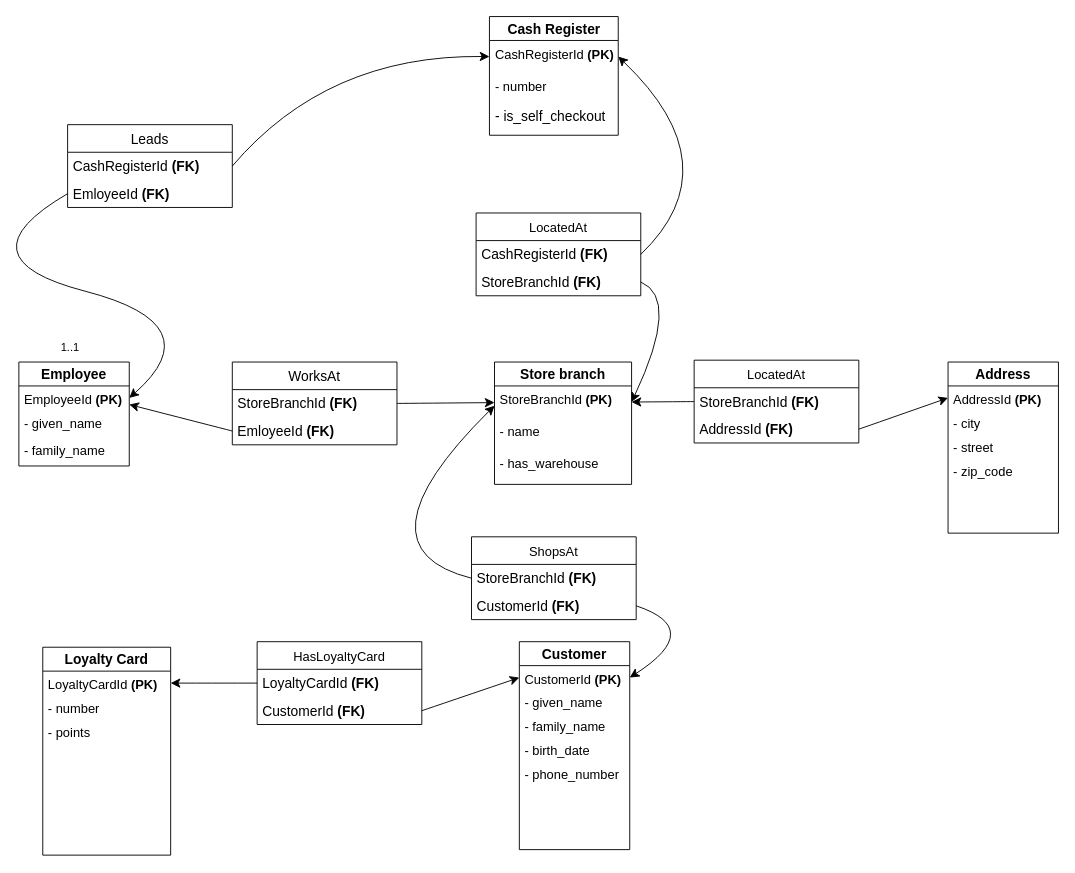
Before: HW4/model/relational.drawio in anna-lipatova/Data-Formats-projects, a draw.io diagram. Source tidied: cells renumbered, new cells numbered last; positions are measured from the earlier drawing's top-left corner, leaving out a move shared by most shapes. Both pictures are drawn from the tidied source at 92%, with x=0, y=0 at pixel (-43, 17).
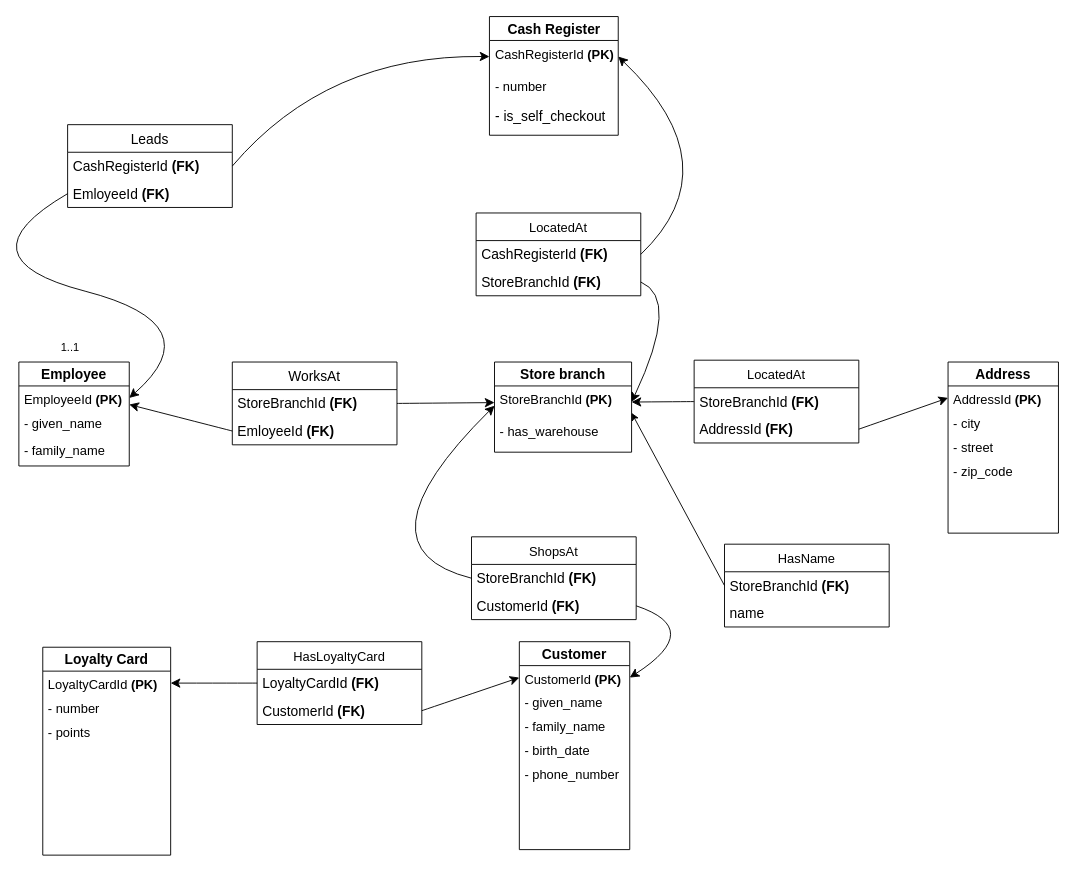
After the change.

The change refers to these unchanged cells:
```xml
<mxCell id="3" value="StoreBranchId &lt;b&gt;(PK)&lt;/b&gt;" style="text;strokeColor=none;fillColor=none;align=left;verticalAlign=top;spacingLeft=4;spacingRight=4;overflow=hidden;points=[[0,0.5],[1,0.5]];portConstraint=eastwest;whiteSpace=wrap;html=1;fontSize=14;" parent="2" vertex="1">
  <mxGeometry y="26" width="149" height="35" as="geometry" />
</mxCell>
```

Diff of the diagram source:
```diff
@@
-    <mxCell id="2" value="&lt;b&gt;&lt;font style=&quot;font-size: 15px;&quot;&gt;Store branch&lt;/font&gt;&lt;/b&gt;" style="swimlane;fontStyle=0;horizontal=1;startSize=26;fillColor=none;whiteSpace=wrap;html=1;" parent="1" vertex="1">
-      <mxGeometry x="584" y="375" width="149" height="133" as="geometry" />
+    <mxCell id="2" value="&lt;b&gt;&lt;font style=&quot;font-size: 15px;&quot;&gt;Store branch&lt;/font&gt;&lt;/b&gt;" style="swimlane;fontStyle=0;horizontal=1;startSize=26;whiteSpace=wrap;html=1;" parent="1" vertex="1">
+      <mxGeometry x="584" y="375" width="149" height="98" as="geometry" />
     </mxCell>
@@
-    <mxCell id="4" value="- name" style="text;strokeColor=none;fillColor=none;align=left;verticalAlign=top;spacingLeft=4;spacingRight=4;overflow=hidden;whiteSpace=wrap;html=1;fontSize=14;" parent="2" vertex="1">
-      <mxGeometry y="61" width="149" height="35" as="geometry" />
-    </mxCell>
     <mxCell id="5" value="&lt;span style=&quot;background-color: initial;&quot;&gt;- has_warehouse&lt;/span&gt;" style="text;strokeColor=none;fillColor=none;align=left;verticalAlign=top;spacingLeft=4;spacingRight=4;overflow=hidden;whiteSpace=wrap;html=1;fontSize=14;" parent="2" vertex="1">
-      <mxGeometry y="96" width="149" height="37" as="geometry" />
+      <mxGeometry y="61" width="149" height="37" as="geometry" />
     </mxCell>
@@
+    <mxCell id="60" value="&lt;span style=&quot;font-size: 14px; text-wrap-mode: nowrap;&quot;&gt;HasName&lt;/span&gt;" style="swimlane;fontStyle=0;horizontal=1;startSize=30;whiteSpace=wrap;html=1;fontSize=15;" parent="1" vertex="1">
+      <mxGeometry x="834" y="573" width="179" height="90" as="geometry" />
+    </mxCell>
+    <mxCell id="61" value="StoreBranchId&amp;nbsp;&lt;b&gt;(FK)&lt;/b&gt;" style="text;strokeColor=none;fillColor=none;align=left;verticalAlign=middle;spacingLeft=4;spacingRight=4;overflow=hidden;points=[[0,0.5],[1,0.5]];portConstraint=eastwest;whiteSpace=wrap;html=1;fontSize=15;" parent="60" vertex="1">
+      <mxGeometry y="30" width="179" height="30" as="geometry" />
+    </mxCell>
+    <mxCell id="62" value="name" style="text;strokeColor=none;fillColor=none;align=left;verticalAlign=middle;spacingLeft=4;spacingRight=4;overflow=hidden;whiteSpace=wrap;html=1;fontSize=15;" parent="60" vertex="1">
+      <mxGeometry y="60" width="179" height="30" as="geometry" />
+    </mxCell>
+    <mxCell id="63" style="endArrow=classic;html=1;rounded=0;exitX=0;exitY=0.5;exitDx=0;exitDy=0;entryX=1;entryY=0.836;entryDx=0;entryDy=0;entryPerimeter=0;" parent="1" edge="1" source="61" target="3">
+      <mxGeometry relative="1" as="geometry" />
+    </mxCell>
```
